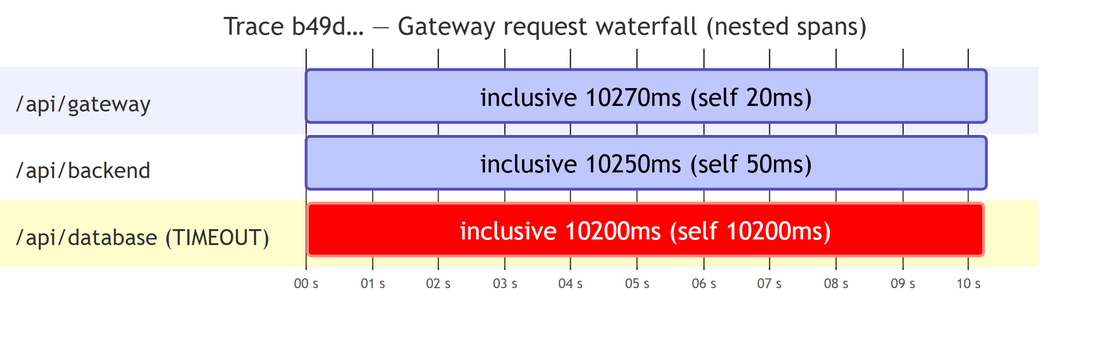
Above: blogpost_assets/trace-timeline.png in xSAVIKx/sre-agent (Mermaid), before the change. Its source is kept beside it as blogpost_assets/trace-timeline.mmd.
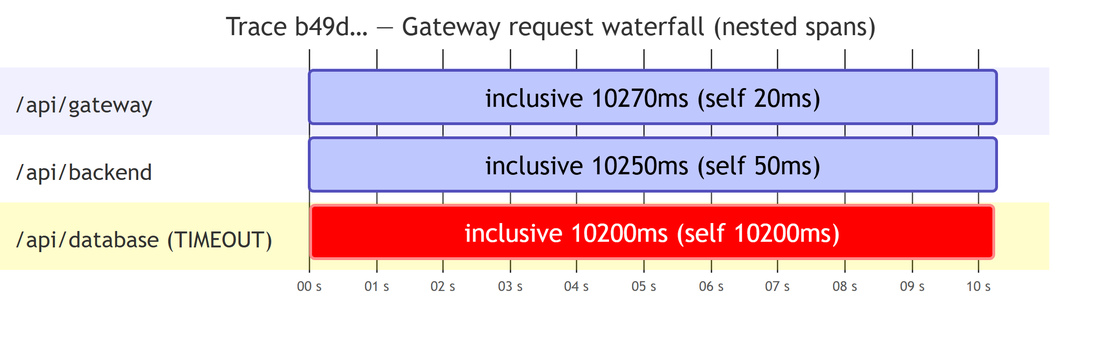
After the change.

Commit message:
docs: update mermaid diagrams to include `useMaxWidth: false` and adjust text content for clarity

Diff of the diagram source:
```diff
@@ -1,4 +1,4 @@
-%%{init: {'gantt': {'fontSize': 18, 'sectionFontSize': 16, 'barHeight': 38, 'barGap': 10, 'topPadding': 50, 'leftPadding': 220}}}%%
+%%{init: {'gantt': {'useMaxWidth': false, 'fontSize': 18, 'sectionFontSize': 16, 'barHeight': 38, 'barGap': 10, 'topPadding': 50, 'leftPadding': 220}}}%%
 gantt
     title Trace b49d… — Gateway request waterfall (nested spans)
     dateFormat x
```
